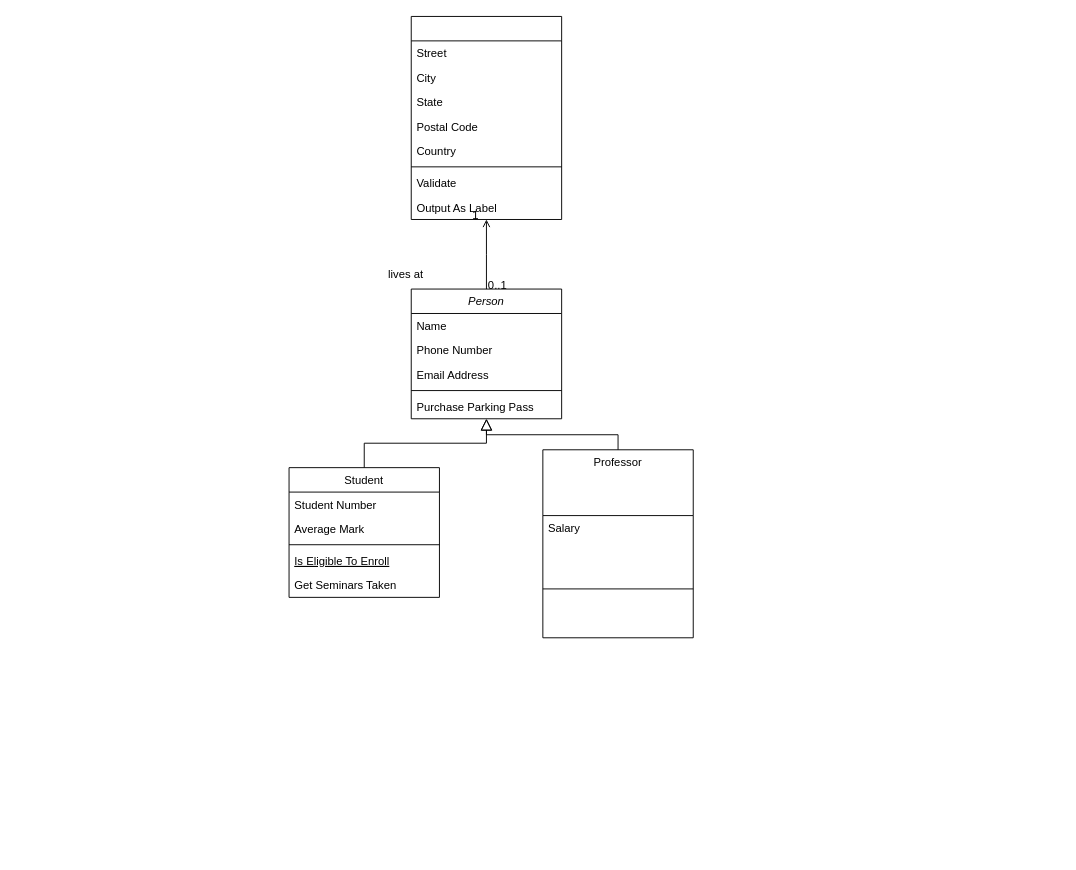
This is ClassDiagram.drawio from Dightful/Cycle-Racing, a draw.io file, before an edit. Source tidied: cells renumbered, new cells numbered last; positions are measured from the earlier drawing's top-left corner, leaving out a move shared by most shapes. Both pictures are drawn from the tidied source at 94%, with x=0, y=0 at pixel (289, 16).
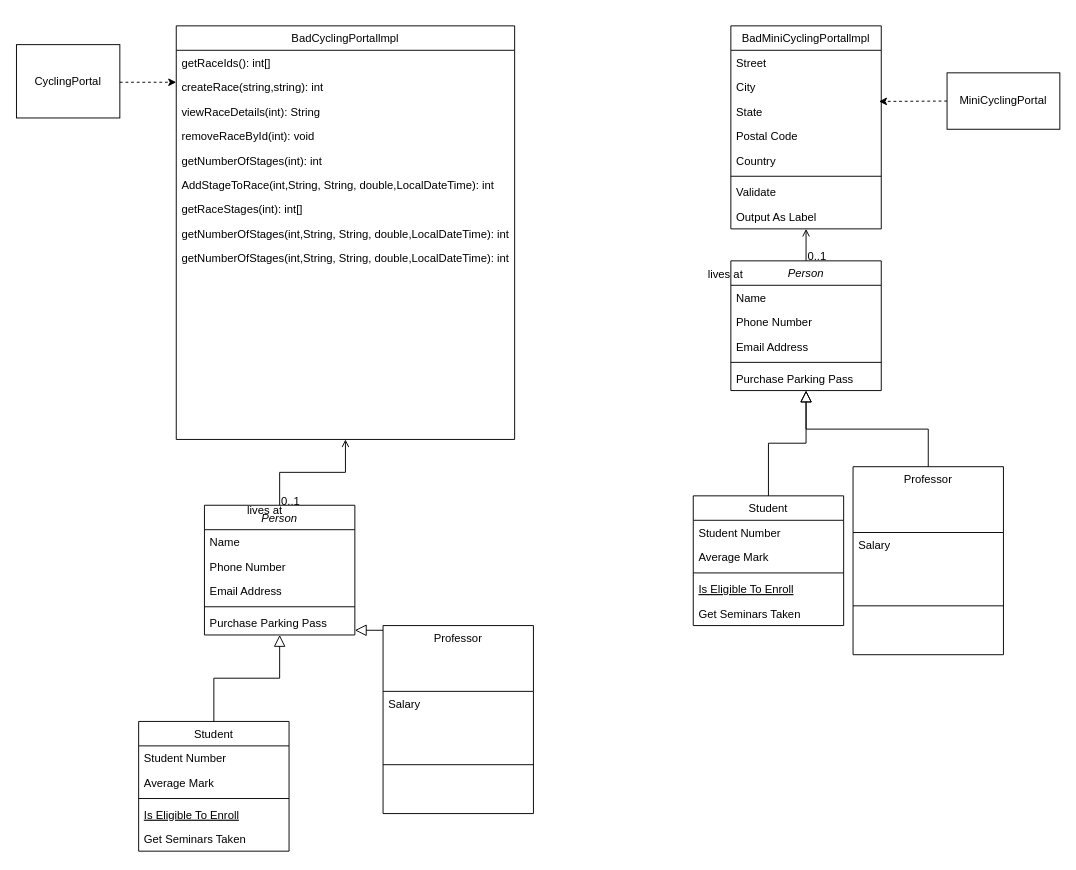
Above is the later version.

The edit, as a diff of the source:
```diff
@@
     <mxCell id="2" value="Person" style="swimlane;fontStyle=2;align=center;verticalAlign=top;horizontal=1;startSize=26;rounded=0;shadow=0;strokeWidth=1;" parent="1" vertex="1">
-      <mxGeometry x="130" y="290" width="160" height="138" as="geometry" />
+      <mxGeometry x="-90" y="520" width="160" height="138" as="geometry" />
     </mxCell>
@@
     <mxCell id="8" value="Student" style="swimlane;fontStyle=0;align=center;verticalAlign=top;horizontal=1;startSize=26;rounded=0;shadow=0;strokeWidth=1;" parent="1" vertex="1">
-      <mxGeometry y="480" width="160" height="138" as="geometry" />
+      <mxGeometry x="-160" y="750" width="160" height="138" as="geometry" />
     </mxCell>
@@
     <mxCell id="15" value="Professor" style="swimlane;fontStyle=0;align=center;verticalAlign=top;horizontal=1;startSize=70;rounded=0;shadow=0;strokeWidth=1;" parent="1" vertex="1">
-      <mxGeometry x="270" y="461" width="160" height="200" as="geometry" />
+      <mxGeometry x="100" y="648" width="160" height="200" as="geometry" />
     </mxCell>
@@
-    <mxCell id="19" style="swimlane;fontStyle=0;align=center;verticalAlign=top;horizontal=1;startSize=26;rounded=0;shadow=0;strokeWidth=1;" parent="1" vertex="1">
-      <mxGeometry x="130" width="160" height="216" as="geometry" />
+    <mxCell id="19" value="BadCyclingPortallmpl" style="swimlane;fontStyle=0;align=center;verticalAlign=top;horizontal=1;startSize=26;rounded=0;shadow=0;strokeWidth=1;" parent="1" vertex="1">
+      <mxGeometry x="-120" y="10" width="360" height="440" as="geometry" />
     </mxCell>
-    <mxCell id="20" value="Street" style="text;align=left;verticalAlign=top;spacingLeft=4;spacingRight=4;overflow=hidden;" parent="19" vertex="1">
-      <mxGeometry y="26" width="160" height="26" as="geometry" />
+    <mxCell id="20" value="getRaceIds(): int[]" style="text;align=left;verticalAlign=top;spacingLeft=4;spacingRight=4;overflow=hidden;" parent="19" vertex="1">
+      <mxGeometry y="26" width="360" height="26" as="geometry" />
     </mxCell>
-    <mxCell id="21" value="City" style="text;align=left;verticalAlign=top;spacingLeft=4;spacingRight=4;overflow=hidden;rounded=0;shadow=0;html=0;" parent="19" vertex="1">
-      <mxGeometry y="52" width="160" height="26" as="geometry" />
+    <mxCell id="21" value="createRace(string,string): int" style="text;align=left;verticalAlign=top;spacingLeft=4;spacingRight=4;overflow=hidden;rounded=0;shadow=0;html=0;" parent="19" vertex="1">
+      <mxGeometry y="52" width="360" height="26" as="geometry" />
     </mxCell>
-    <mxCell id="22" value="State" style="text;align=left;verticalAlign=top;spacingLeft=4;spacingRight=4;overflow=hidden;rounded=0;shadow=0;html=0;" parent="19" vertex="1">
-      <mxGeometry y="78" width="160" height="26" as="geometry" />
+    <mxCell id="22" value="viewRaceDetails(int): String" style="text;align=left;verticalAlign=top;spacingLeft=4;spacingRight=4;overflow=hidden;rounded=0;shadow=0;html=0;" parent="19" vertex="1">
+      <mxGeometry y="78" width="360" height="26" as="geometry" />
     </mxCell>
-    <mxCell id="23" value="Postal Code" style="text;align=left;verticalAlign=top;spacingLeft=4;spacingRight=4;overflow=hidden;rounded=0;shadow=0;html=0;" parent="19" vertex="1">
-      <mxGeometry y="104" width="160" height="26" as="geometry" />
+    <mxCell id="23" value="removeRaceById(int): void" style="text;align=left;verticalAlign=top;spacingLeft=4;spacingRight=4;overflow=hidden;rounded=0;shadow=0;html=0;" parent="19" vertex="1">
+      <mxGeometry y="104" width="360" height="26" as="geometry" />
     </mxCell>
-    <mxCell id="24" value="Country" style="text;align=left;verticalAlign=top;spacingLeft=4;spacingRight=4;overflow=hidden;rounded=0;shadow=0;html=0;" parent="19" vertex="1">
-      <mxGeometry y="130" width="160" height="26" as="geometry" />
+    <mxCell id="24" value="getNumberOfStages(int): int &#10;" style="text;align=left;verticalAlign=top;spacingLeft=4;spacingRight=4;overflow=hidden;rounded=0;shadow=0;html=0;" parent="19" vertex="1">
+      <mxGeometry y="130" width="360" height="26" as="geometry" />
     </mxCell>
+    <mxCell id="32" value="AddStageToRace(int,String, String, double,LocalDateTime): int &#10;" style="text;align=left;verticalAlign=top;spacingLeft=4;spacingRight=4;overflow=hidden;rounded=0;shadow=0;html=0;" parent="19" vertex="1">
+      <mxGeometry y="156" width="360" height="26" as="geometry" />
+    </mxCell>
+    <mxCell id="33" value="getRaceStages(int): int[]" style="text;align=left;verticalAlign=top;spacingLeft=4;spacingRight=4;overflow=hidden;rounded=0;shadow=0;html=0;" parent="19" vertex="1">
+      <mxGeometry y="182" width="360" height="26" as="geometry" />
+    </mxCell>
+    <mxCell id="34" value="getNumberOfStages(int,String, String, double,LocalDateTime): int &#10;" style="text;align=left;verticalAlign=top;spacingLeft=4;spacingRight=4;overflow=hidden;rounded=0;shadow=0;html=0;" parent="19" vertex="1">
+      <mxGeometry y="208" width="360" height="26" as="geometry" />
+    </mxCell>
+    <mxCell id="35" value="getNumberOfStages(int,String, String, double,LocalDateTime): int &#10;" style="text;align=left;verticalAlign=top;spacingLeft=4;spacingRight=4;overflow=hidden;rounded=0;shadow=0;html=0;" parent="19" vertex="1">
+      <mxGeometry y="234" width="360" height="26" as="geometry" />
+    </mxCell>
+    <mxCell id="28" style="endArrow=open;shadow=0;strokeWidth=1;rounded=0;endFill=1;edgeStyle=elbowEdgeStyle;elbow=vertical;" parent="1" edge="1" source="2" target="19">
+      <mxGeometry x="0.5" y="41" relative="1" as="geometry">
+        <mxPoint x="-40" y="32" as="offset" />
+      </mxGeometry>
+    </mxCell>
+    <mxCell id="29" value="0..1" style="align=left;verticalAlign=bottom;labelBackgroundColor=none;fontSize=12;" parent="28" vertex="1">
+      <mxGeometry x="-1" relative="1" as="geometry">
+        <mxPoint y="4" as="offset" />
+      </mxGeometry>
+    </mxCell>
+    <mxCell id="31" value="lives at" style="text;html=1;align=center;verticalAlign=middle;labelBackgroundColor=none;rounded=0;shadow=0;strokeWidth=1;fontSize=12;" parent="28" vertex="1">
+      <mxGeometry x="0.5" y="49" relative="1" as="geometry">
+        <mxPoint x="-38" y="40" as="offset" />
+      </mxGeometry>
+    </mxCell>
+    <mxCell id="36" value="Person" style="swimlane;fontStyle=2;align=center;verticalAlign=top;horizontal=1;startSize=26;rounded=0;shadow=0;strokeWidth=1;" parent="1" vertex="1">
+      <mxGeometry x="470" y="260" width="160" height="138" as="geometry" />
+    </mxCell>
+    <mxCell id="37" value="Name" style="text;align=left;verticalAlign=top;spacingLeft=4;spacingRight=4;overflow=hidden;" parent="36" vertex="1">
+      <mxGeometry y="26" width="160" height="26" as="geometry" />
+    </mxCell>
+    <mxCell id="38" value="Phone Number" style="text;align=left;verticalAlign=top;spacingLeft=4;spacingRight=4;overflow=hidden;rounded=0;shadow=0;html=0;" parent="36" vertex="1">
+      <mxGeometry y="52" width="160" height="26" as="geometry" />
+    </mxCell>
+    <mxCell id="39" value="Email Address" style="text;align=left;verticalAlign=top;spacingLeft=4;spacingRight=4;overflow=hidden;rounded=0;shadow=0;html=0;" parent="36" vertex="1">
+      <mxGeometry y="78" width="160" height="26" as="geometry" />
+    </mxCell>
+    <mxCell id="40" style="line;html=1;strokeWidth=1;align=left;verticalAlign=middle;spacingTop=-1;spacingLeft=3;spacingRight=3;labelPosition=right;" parent="36" vertex="1">
+      <mxGeometry y="104" width="160" height="8" as="geometry" />
+    </mxCell>
+    <mxCell id="41" value="Purchase Parking Pass" style="text;align=left;verticalAlign=top;spacingLeft=4;spacingRight=4;overflow=hidden;" parent="36" vertex="1">
+      <mxGeometry y="112" width="160" height="26" as="geometry" />
+    </mxCell>
+    <mxCell id="42" value="Student" style="swimlane;fontStyle=0;align=center;verticalAlign=top;horizontal=1;startSize=26;rounded=0;shadow=0;strokeWidth=1;" parent="1" vertex="1">
+      <mxGeometry x="430" y="510" width="160" height="138" as="geometry" />
+    </mxCell>
+    <mxCell id="43" value="Student Number" style="text;align=left;verticalAlign=top;spacingLeft=4;spacingRight=4;overflow=hidden;" parent="42" vertex="1">
+      <mxGeometry y="26" width="160" height="26" as="geometry" />
+    </mxCell>
+    <mxCell id="44" value="Average Mark" style="text;align=left;verticalAlign=top;spacingLeft=4;spacingRight=4;overflow=hidden;rounded=0;shadow=0;html=0;" parent="42" vertex="1">
+      <mxGeometry y="52" width="160" height="26" as="geometry" />
+    </mxCell>
+    <mxCell id="45" style="line;html=1;strokeWidth=1;align=left;verticalAlign=middle;spacingTop=-1;spacingLeft=3;spacingRight=3;labelPosition=right;" parent="42" vertex="1">
+      <mxGeometry y="78" width="160" height="8" as="geometry" />
+    </mxCell>
+    <mxCell id="46" value="Is Eligible To Enroll" style="text;align=left;verticalAlign=top;spacingLeft=4;spacingRight=4;overflow=hidden;fontStyle=4;" parent="42" vertex="1">
+      <mxGeometry y="86" width="160" height="26" as="geometry" />
+    </mxCell>
+    <mxCell id="47" value="Get Seminars Taken" style="text;align=left;verticalAlign=top;spacingLeft=4;spacingRight=4;overflow=hidden;" parent="42" vertex="1">
+      <mxGeometry y="112" width="160" height="26" as="geometry" />
+    </mxCell>
+    <mxCell id="48" style="endArrow=block;endSize=10;endFill=0;shadow=0;strokeWidth=1;rounded=0;edgeStyle=elbowEdgeStyle;elbow=vertical;" parent="1" edge="1" source="42" target="36">
+      <mxGeometry relative="1" as="geometry" />
+    </mxCell>
+    <mxCell id="49" value="Professor" style="swimlane;fontStyle=0;align=center;verticalAlign=top;horizontal=1;startSize=70;rounded=0;shadow=0;strokeWidth=1;" parent="1" vertex="1">
+      <mxGeometry x="600" y="479" width="160" height="200" as="geometry" />
+    </mxCell>
+    <mxCell id="50" value="Salary" style="text;align=left;verticalAlign=top;spacingLeft=4;spacingRight=4;overflow=hidden;" parent="49" vertex="1">
+      <mxGeometry y="70" width="160" height="26" as="geometry" />
+    </mxCell>
+    <mxCell id="51" style="line;html=1;strokeWidth=1;align=left;verticalAlign=middle;spacingTop=-1;spacingLeft=3;spacingRight=3;labelPosition=right;" parent="49" vertex="1">
+      <mxGeometry y="96" width="160" height="104" as="geometry" />
+    </mxCell>
+    <mxCell id="52" style="endArrow=block;endSize=10;endFill=0;shadow=0;strokeWidth=1;rounded=0;edgeStyle=elbowEdgeStyle;elbow=vertical;" parent="1" edge="1" source="49" target="36">
+      <mxGeometry relative="1" as="geometry" />
+    </mxCell>
+    <mxCell id="53" value="BadMiniCyclingPortallmpl" style="swimlane;fontStyle=0;align=center;verticalAlign=top;horizontal=1;startSize=26;rounded=0;shadow=0;strokeWidth=1;" parent="1" vertex="1">
+      <mxGeometry x="470" y="10" width="160" height="216" as="geometry" />
+    </mxCell>
+    <mxCell id="54" value="Street" style="text;align=left;verticalAlign=top;spacingLeft=4;spacingRight=4;overflow=hidden;" parent="53" vertex="1">
+      <mxGeometry y="26" width="160" height="26" as="geometry" />
+    </mxCell>
+    <mxCell id="55" value="City" style="text;align=left;verticalAlign=top;spacingLeft=4;spacingRight=4;overflow=hidden;rounded=0;shadow=0;html=0;" parent="53" vertex="1">
+      <mxGeometry y="52" width="160" height="26" as="geometry" />
+    </mxCell>
+    <mxCell id="56" value="State" style="text;align=left;verticalAlign=top;spacingLeft=4;spacingRight=4;overflow=hidden;points=[[0,0.5],[1,0.5]];portConstraint=eastwest;rounded=0;shadow=0;html=0;" parent="53" vertex="1">
+      <mxGeometry y="78" width="160" height="26" as="geometry" />
+    </mxCell>
+    <mxCell id="57" value="Postal Code" style="text;align=left;verticalAlign=top;spacingLeft=4;spacingRight=4;overflow=hidden;rounded=0;shadow=0;html=0;" parent="53" vertex="1">
+      <mxGeometry y="104" width="160" height="26" as="geometry" />
+    </mxCell>
+    <mxCell id="58" value="Country" style="text;align=left;verticalAlign=top;spacingLeft=4;spacingRight=4;overflow=hidden;rounded=0;shadow=0;html=0;" parent="53" vertex="1">
+      <mxGeometry y="130" width="160" height="26" as="geometry" />
+    </mxCell>
-    <mxCell id="25" style="line;html=1;strokeWidth=1;align=left;verticalAlign=middle;spacingTop=-1;spacingLeft=3;spacingRight=3;labelPosition=right;" parent="19" vertex="1">
+    <mxCell id="25" style="line;html=1;strokeWidth=1;align=left;verticalAlign=middle;spacingTop=-1;spacingLeft=3;spacingRight=3;labelPosition=right;" parent="53" vertex="1">
       <mxGeometry y="156" width="160" height="8" as="geometry" />
     </mxCell>
-    <mxCell id="26" value="Validate" style="text;align=left;verticalAlign=top;spacingLeft=4;spacingRight=4;overflow=hidden;" parent="19" vertex="1">
+    <mxCell id="26" value="Validate" style="text;align=left;verticalAlign=top;spacingLeft=4;spacingRight=4;overflow=hidden;" parent="53" vertex="1">
       <mxGeometry y="164" width="160" height="26" as="geometry" />
     </mxCell>
-    <mxCell id="27" value="Output As Label" style="text;align=left;verticalAlign=top;spacingLeft=4;spacingRight=4;overflow=hidden;" parent="19" vertex="1">
+    <mxCell id="27" value="Output As Label" style="text;align=left;verticalAlign=top;spacingLeft=4;spacingRight=4;overflow=hidden;" parent="53" vertex="1">
       <mxGeometry y="190" width="160" height="26" as="geometry" />
     </mxCell>
-    <mxCell id="28" style="endArrow=open;shadow=0;strokeWidth=1;rounded=0;endFill=1;edgeStyle=elbowEdgeStyle;elbow=vertical;" parent="1" edge="1" source="2" target="19">
-      <mxGeometry x="0.5" y="41" relative="1" as="geometry">
-        <mxPoint x="-40" y="32" as="offset" />
-      </mxGeometry>
-    </mxCell>
-    <mxCell id="29" value="0..1" style="align=left;verticalAlign=bottom;labelBackgroundColor=none;fontSize=12;" parent="28" vertex="1">
-      <mxGeometry x="-1" relative="1" as="geometry">
-        <mxPoint y="4" as="offset" />
-      </mxGeometry>
-    </mxCell>
-    <mxCell id="30" value="1" style="align=right;verticalAlign=bottom;labelBackgroundColor=none;fontSize=12;" parent="28" vertex="1">
-      <mxGeometry x="1" relative="1" as="geometry">
-        <mxPoint x="-7" y="4" as="offset" />
-      </mxGeometry>
-    </mxCell>
-    <mxCell id="31" value="lives at" style="text;html=1;align=center;verticalAlign=middle;labelBackgroundColor=none;rounded=0;shadow=0;strokeWidth=1;fontSize=12;" parent="28" vertex="1">
-      <mxGeometry x="0.5" y="49" relative="1" as="geometry">
-        <mxPoint x="-38" y="40" as="offset" />
-      </mxGeometry>
-    </mxCell>
+    <mxCell id="59" style="endArrow=open;shadow=0;strokeWidth=1;rounded=0;endFill=1;edgeStyle=elbowEdgeStyle;elbow=vertical;" parent="1" edge="1" source="36" target="53">
+      <mxGeometry x="0.5" y="41" relative="1" as="geometry">
+        <mxPoint x="-40" y="32" as="offset" />
+      </mxGeometry>
+    </mxCell>
+    <mxCell id="60" value="0..1" style="align=left;verticalAlign=bottom;labelBackgroundColor=none;fontSize=12;" parent="59" vertex="1">
+      <mxGeometry x="-1" relative="1" as="geometry">
+        <mxPoint y="4" as="offset" />
+      </mxGeometry>
+    </mxCell>
+    <mxCell id="61" value="lives at" style="text;html=1;align=center;verticalAlign=middle;labelBackgroundColor=none;rounded=0;shadow=0;strokeWidth=1;fontSize=12;" parent="59" vertex="1">
+      <mxGeometry x="0.5" y="49" relative="1" as="geometry">
+        <mxPoint x="-38" y="40" as="offset" />
+      </mxGeometry>
+    </mxCell>
+    <mxCell id="62" value="MiniCyclingPortal" style="rounded=0;whiteSpace=wrap;html=1;" parent="1" vertex="1">
+      <mxGeometry x="700" y="60" width="120" height="60" as="geometry" />
+    </mxCell>
+    <mxCell id="63" value="CyclingPortal" style="rounded=0;whiteSpace=wrap;html=1;" parent="1" vertex="1">
+      <mxGeometry x="-290" y="30" width="110" height="78" as="geometry" />
+    </mxCell>
+    <mxCell id="64" style="endArrow=classic;html=1;rounded=0;dashed=1;" parent="1" edge="1">
+      <mxGeometry relative="1" as="geometry">
+        <mxPoint x="-180" y="70" as="sourcePoint" />
+        <mxPoint x="-120" y="70" as="targetPoint" />
+      </mxGeometry>
+    </mxCell>
+    <mxCell id="65" style="endArrow=classic;html=1;rounded=0;dashed=1;exitX=0;exitY=0.5;exitDx=0;exitDy=0;entryX=0.985;entryY=0.093;entryDx=0;entryDy=0;entryPerimeter=0;" parent="1" edge="1" source="62" target="56">
+      <mxGeometry relative="1" as="geometry" />
+    </mxCell>
```
